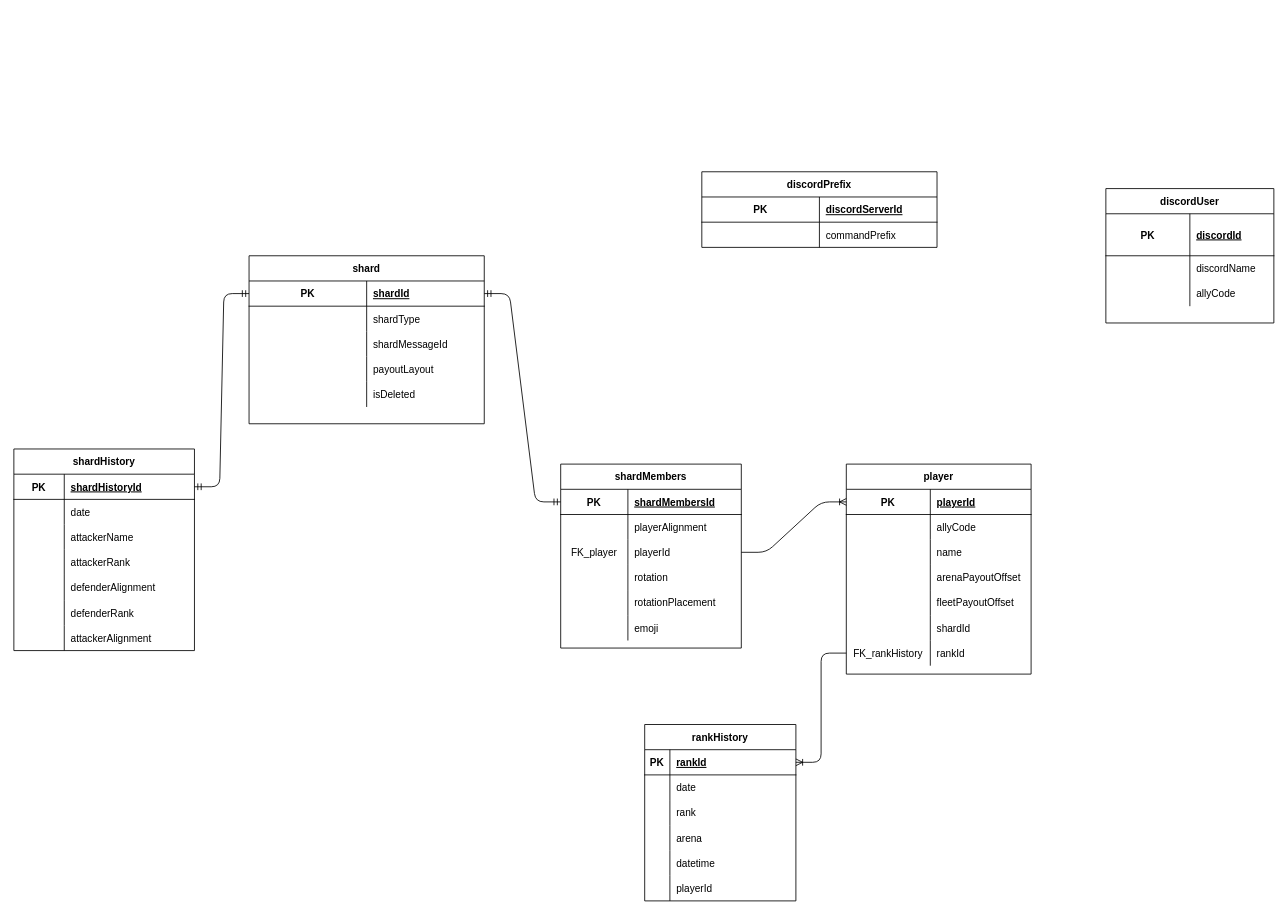
LNU-Developer/1DV612-Short-System-Design-Report keeps this draw.io diagram as database.drawio. Above is the earlier version. Source tidied: cells renumbered, new cells numbered last; positions are measured from the earlier drawing's top-left corner, leaving out a move shared by most shapes. Both pictures are drawn from the tidied source at 84%, with x=0, y=0 at pixel (13, 171).
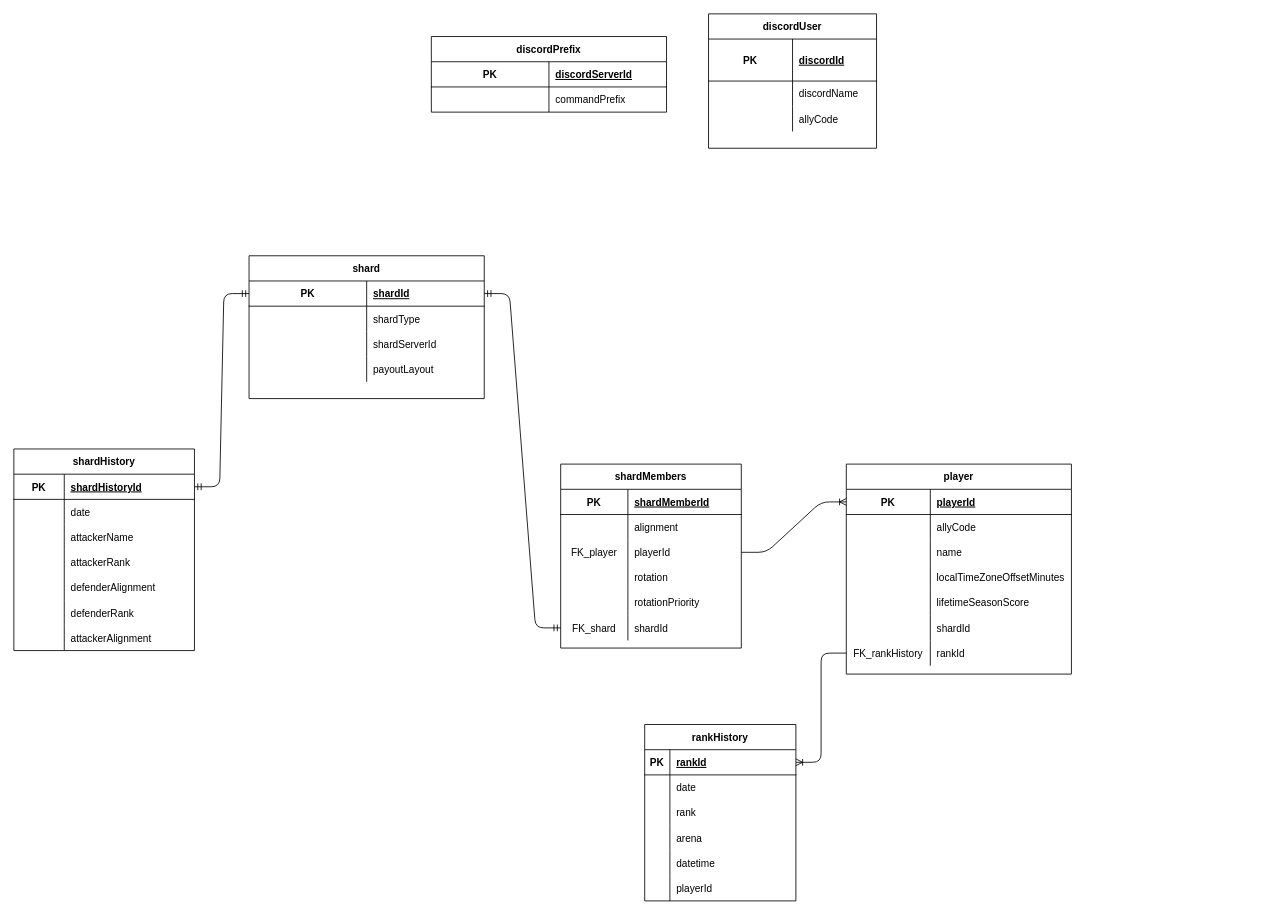
The same diagram, later.

The change refers to these unchanged cells:
```xml
<mxCell id="25" style="shape=partialRectangle;fillColor=none;top=0;left=0;bottom=1;right=0;points=[[0,0.5],[1,0.5]];portConstraint=eastwest;" parent="24" vertex="1">
  <mxGeometry y="30" width="280" height="30" as="geometry" />
</mxCell>
<mxCell id="31" style="shape=partialRectangle;fillColor=none;top=0;left=0;bottom=0;right=0;" parent="24" vertex="1">
  <mxGeometry y="90" width="280" height="30" as="geometry" />
</mxCell>
<mxCell id="41" style="shape=partialRectangle;fillColor=none;top=0;left=0;bottom=1;right=0;points=[[0,0.5],[1,0.5]];portConstraint=eastwest;" parent="40" vertex="1">
  <mxGeometry y="30" width="215" height="30" as="geometry" />
</mxCell>
<mxCell id="44" style="shape=partialRectangle;fillColor=none;top=0;left=0;bottom=0;right=0;" parent="40" vertex="1">
  <mxGeometry y="60" width="215" height="30" as="geometry" />
</mxCell>
<mxCell id="53" style="shape=partialRectangle;fillColor=none;top=0;left=0;bottom=0;right=0;" parent="40" vertex="1">
  <mxGeometry y="150" width="215" height="30" as="geometry" />
</mxCell>
<mxCell id="56" style="shape=partialRectangle;fillColor=none;top=0;left=0;bottom=0;right=0;points=[[0,0.5],[1,0.5]];portConstraint=eastwest;" parent="40" vertex="1">
  <mxGeometry y="180" width="215" height="30" as="geometry" />
</mxCell>
```

The edit, as a diff of the source:
```diff
@@
     <mxCell id="2" value="player" style="shape=table;startSize=30;childLayout=tableLayout;rowLines=0;fontStyle=1;align=center;" parent="1" vertex="1">
-      <mxGeometry x="991" y="348" width="220" height="250" as="geometry" />
+      <mxGeometry x="991" y="348" width="268" height="250" as="geometry" />
     </mxCell>
     <mxCell id="3" style="shape=partialRectangle;fillColor=none;top=0;left=0;bottom=1;right=0;points=[[0,0.5],[1,0.5]];portConstraint=eastwest;" parent="2" vertex="1">
-      <mxGeometry y="30" width="220" height="30" as="geometry" />
+      <mxGeometry y="30" width="268" height="30" as="geometry" />
     </mxCell>
@@
     <mxCell id="5" value="playerId" style="shape=partialRectangle;fillColor=none;top=0;left=0;bottom=0;right=0;align=left;spacingLeft=6;fontStyle=5;overflow=hidden;" parent="3" vertex="1">
-      <mxGeometry x="100" width="120" height="30" as="geometry" />
+      <mxGeometry x="100" width="168" height="30" as="geometry" />
     </mxCell>
     <mxCell id="6" style="shape=partialRectangle;fillColor=none;top=0;left=0;bottom=0;right=0;" parent="2" vertex="1">
-      <mxGeometry y="60" width="220" height="30" as="geometry" />
+      <mxGeometry y="60" width="268" height="30" as="geometry" />
     </mxCell>
@@
     <mxCell id="8" value="allyCode" style="shape=partialRectangle;fillColor=none;top=0;left=0;bottom=0;right=0;align=left;spacingLeft=6;overflow=hidden;" parent="6" vertex="1">
-      <mxGeometry x="100" width="120" height="30" as="geometry" />
+      <mxGeometry x="100" width="168" height="30" as="geometry" />
     </mxCell>
     <mxCell id="9" style="shape=partialRectangle;fillColor=none;top=0;left=0;bottom=0;right=0;" parent="2" vertex="1">
-      <mxGeometry y="90" width="220" height="30" as="geometry" />
+      <mxGeometry y="90" width="268" height="30" as="geometry" />
     </mxCell>
@@
     <mxCell id="11" value="name" style="shape=partialRectangle;fillColor=none;top=0;left=0;bottom=0;right=0;align=left;spacingLeft=6;overflow=hidden;" parent="9" vertex="1">
-      <mxGeometry x="100" width="120" height="30" as="geometry" />
+      <mxGeometry x="100" width="168" height="30" as="geometry" />
     </mxCell>
     <mxCell id="12" style="shape=partialRectangle;fillColor=none;top=0;left=0;bottom=0;right=0;" parent="2" vertex="1">
-      <mxGeometry y="120" width="220" height="30" as="geometry" />
+      <mxGeometry y="120" width="268" height="30" as="geometry" />
     </mxCell>
@@
-    <mxCell id="14" value="arenaPayoutOffset" style="shape=partialRectangle;fillColor=none;top=0;left=0;bottom=0;right=0;align=left;spacingLeft=6;overflow=hidden;" parent="12" vertex="1">
-      <mxGeometry x="100" width="120" height="30" as="geometry" />
+    <mxCell id="14" value="localTimeZoneOffsetMinutes" style="shape=partialRectangle;fillColor=none;top=0;left=0;bottom=0;right=0;align=left;spacingLeft=6;overflow=hidden;" parent="12" vertex="1">
+      <mxGeometry x="100" width="168" height="30" as="geometry" />
     </mxCell>
     <mxCell id="15" style="shape=partialRectangle;fillColor=none;top=0;left=0;bottom=0;right=0;" parent="2" vertex="1">
-      <mxGeometry y="150" width="220" height="30" as="geometry" />
+      <mxGeometry y="150" width="268" height="30" as="geometry" />
     </mxCell>
@@
-    <mxCell id="17" value="fleetPayoutOffset" style="shape=partialRectangle;fillColor=none;top=0;left=0;bottom=0;right=0;align=left;spacingLeft=6;overflow=hidden;" parent="15" vertex="1">
-      <mxGeometry x="100" width="120" height="30" as="geometry" />
+    <mxCell id="17" value="lifetimeSeasonScore" style="shape=partialRectangle;fillColor=none;top=0;left=0;bottom=0;right=0;align=left;spacingLeft=6;overflow=hidden;" parent="15" vertex="1">
+      <mxGeometry x="100" width="168" height="30" as="geometry" />
     </mxCell>
     <mxCell id="18" style="shape=partialRectangle;fillColor=none;top=0;left=0;bottom=0;right=0;" parent="2" vertex="1">
-      <mxGeometry y="180" width="220" height="30" as="geometry" />
+      <mxGeometry y="180" width="268" height="30" as="geometry" />
     </mxCell>
@@
     <mxCell id="20" value="shardId" style="shape=partialRectangle;fillColor=none;top=0;left=0;bottom=0;right=0;align=left;spacingLeft=6;overflow=hidden;" parent="18" vertex="1">
-      <mxGeometry x="100" width="120" height="30" as="geometry" />
+      <mxGeometry x="100" width="168" height="30" as="geometry" />
     </mxCell>
     <mxCell id="21" style="shape=partialRectangle;fillColor=none;top=0;left=0;bottom=0;right=0;points=[[0,0.5],[1,0.5]];portConstraint=eastwest;" parent="2" vertex="1">
-      <mxGeometry y="210" width="220" height="30" as="geometry" />
+      <mxGeometry y="210" width="268" height="30" as="geometry" />
     </mxCell>
@@
     <mxCell id="23" value="rankId" style="shape=partialRectangle;fillColor=none;top=0;left=0;bottom=0;right=0;align=left;spacingLeft=6;overflow=hidden;" parent="21" vertex="1">
-      <mxGeometry x="100" width="120" height="30" as="geometry" />
+      <mxGeometry x="100" width="168" height="30" as="geometry" />
     </mxCell>
     <mxCell id="24" value="shard" style="shape=table;startSize=30;childLayout=tableLayout;rowLines=0;fontStyle=1;align=center;" parent="1" vertex="1">
-      <mxGeometry x="280" y="100" width="280" height="200" as="geometry" />
+      <mxGeometry x="280" y="100" width="280" height="170" as="geometry" />
     </mxCell>
@@
-    <mxCell id="33" value="shardMessageId" style="shape=partialRectangle;fillColor=none;top=0;left=0;bottom=0;right=0;align=left;spacingLeft=6;overflow=hidden;" parent="31" vertex="1">
+    <mxCell id="33" value="shardServerId" style="shape=partialRectangle;fillColor=none;top=0;left=0;bottom=0;right=0;align=left;spacingLeft=6;overflow=hidden;" parent="31" vertex="1">
       <mxGeometry x="140" width="140" height="30" as="geometry" />
     </mxCell>
@@
-    <mxCell id="37" style="shape=partialRectangle;fillColor=none;top=0;left=0;bottom=0;right=0;" parent="24" vertex="1">
-      <mxGeometry y="150" width="280" height="30" as="geometry" />
-    </mxCell>
-    <mxCell id="38" style="shape=partialRectangle;fillColor=none;top=0;left=0;bottom=0;right=0;overflow=hidden;" parent="37" vertex="1">
-      <mxGeometry width="140" height="30" as="geometry" />
-    </mxCell>
-    <mxCell id="39" value="isDeleted" style="shape=partialRectangle;fillColor=none;top=0;left=0;bottom=0;right=0;align=left;spacingLeft=6;overflow=hidden;" parent="37" vertex="1">
-      <mxGeometry x="140" width="140" height="30" as="geometry" />
-    </mxCell>
@@
-    <mxCell id="43" value="shardMembersId" style="shape=partialRectangle;fillColor=none;top=0;left=0;bottom=0;right=0;align=left;spacingLeft=6;fontStyle=5;overflow=hidden;" parent="41" vertex="1">
+    <mxCell id="43" value="shardMemberId" style="shape=partialRectangle;fillColor=none;top=0;left=0;bottom=0;right=0;align=left;spacingLeft=6;fontStyle=5;overflow=hidden;" parent="41" vertex="1">
       <mxGeometry x="80" width="135" height="30" as="geometry" />
     </mxCell>
@@
-    <mxCell id="46" value="playerAlignment" style="shape=partialRectangle;fillColor=none;top=0;left=0;bottom=0;right=0;align=left;spacingLeft=6;overflow=hidden;" parent="44" vertex="1">
+    <mxCell id="46" value="alignment" style="shape=partialRectangle;fillColor=none;top=0;left=0;bottom=0;right=0;align=left;spacingLeft=6;overflow=hidden;" parent="44" vertex="1">
       <mxGeometry x="80" width="135" height="30" as="geometry" />
     </mxCell>
@@
-    <mxCell id="55" value="rotationPlacement" style="shape=partialRectangle;fillColor=none;top=0;left=0;bottom=0;right=0;align=left;spacingLeft=6;overflow=hidden;" parent="53" vertex="1">
+    <mxCell id="55" value="rotationPriority" style="shape=partialRectangle;fillColor=none;top=0;left=0;bottom=0;right=0;align=left;spacingLeft=6;overflow=hidden;" parent="53" vertex="1">
       <mxGeometry x="80" width="135" height="30" as="geometry" />
     </mxCell>
@@
-    <mxCell id="57" style="shape=partialRectangle;fillColor=none;top=0;left=0;bottom=0;right=0;overflow=hidden;" parent="56" vertex="1">
+    <mxCell id="57" value="FK_shard" style="shape=partialRectangle;fillColor=none;top=0;left=0;bottom=0;right=0;overflow=hidden;" parent="56" vertex="1">
       <mxGeometry width="80" height="30" as="geometry" />
     </mxCell>
-    <mxCell id="58" value="emoji" style="shape=partialRectangle;fillColor=none;top=0;left=0;bottom=0;right=0;align=left;spacingLeft=6;overflow=hidden;" parent="56" vertex="1">
+    <mxCell id="58" value="shardId" style="shape=partialRectangle;fillColor=none;top=0;left=0;bottom=0;right=0;align=left;spacingLeft=6;overflow=hidden;" parent="56" vertex="1">
       <mxGeometry x="80" width="135" height="30" as="geometry" />
     </mxCell>
     <mxCell id="59" value="discordUser" style="shape=table;startSize=30;childLayout=tableLayout;rowLines=0;fontStyle=1;align=center;" parent="1" vertex="1">
-      <mxGeometry x="1300" y="20" width="200" height="160" as="geometry" />
+      <mxGeometry x="827" y="-188" width="200" height="160" as="geometry" />
     </mxCell>
@@
-    <mxCell id="69" style="edgeStyle=entityRelationEdgeStyle;fontSize=12;html=1;endArrow=ERmandOne;startArrow=ERmandOne;exitX=1;exitY=0.5;exitDx=0;exitDy=0;entryX=0;entryY=0.5;entryDx=0;entryDy=0;" parent="1" edge="1" source="25" target="41">
+    <mxCell id="69" style="edgeStyle=entityRelationEdgeStyle;fontSize=12;html=1;endArrow=ERmandOne;startArrow=ERmandOne;exitX=1;exitY=0.5;exitDx=0;exitDy=0;entryX=0;entryY=0.5;entryDx=0;entryDy=0;" parent="1" edge="1" source="25" target="56">
       <mxGeometry relative="1" as="geometry" />
     </mxCell>
@@
     <mxCell id="71" value="discordPrefix" style="shape=table;startSize=30;childLayout=tableLayout;rowLines=0;fontStyle=1;align=center;" parent="1" vertex="1">
-      <mxGeometry x="819" width="280" height="90" as="geometry" />
+      <mxGeometry x="497" y="-161" width="280" height="90" as="geometry" />
     </mxCell>
```
